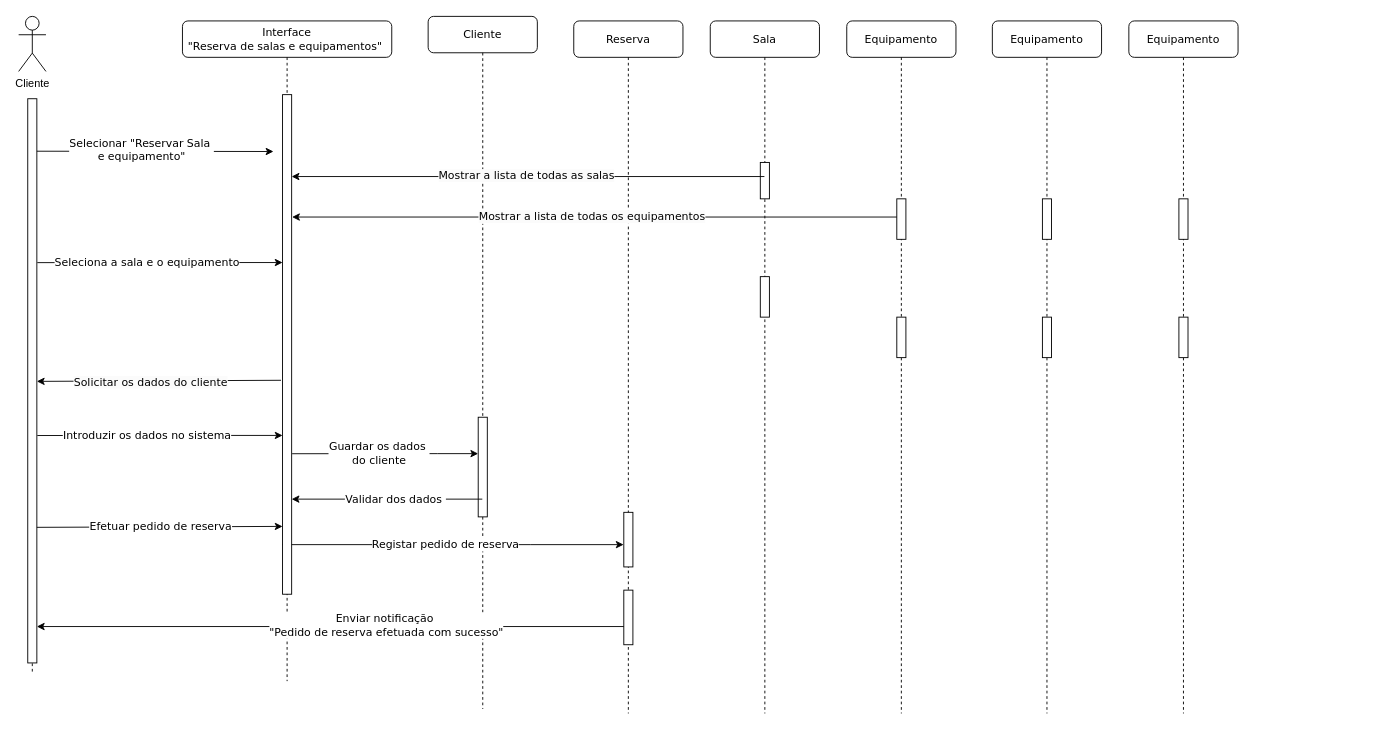
Before: page "Diagrama de Sequência" (2 of 2) of UMLDiagram.drawio in ic3K1ng/Rooms-Equipments, a draw.io diagram. Source tidied: cells renumbered, new cells numbered last; positions are measured from the earlier drawing's top-left corner, leaving out a move shared by most shapes. Both pictures are drawn from the tidied source at 91%, with x=0, y=0 at pixel (18, 16).
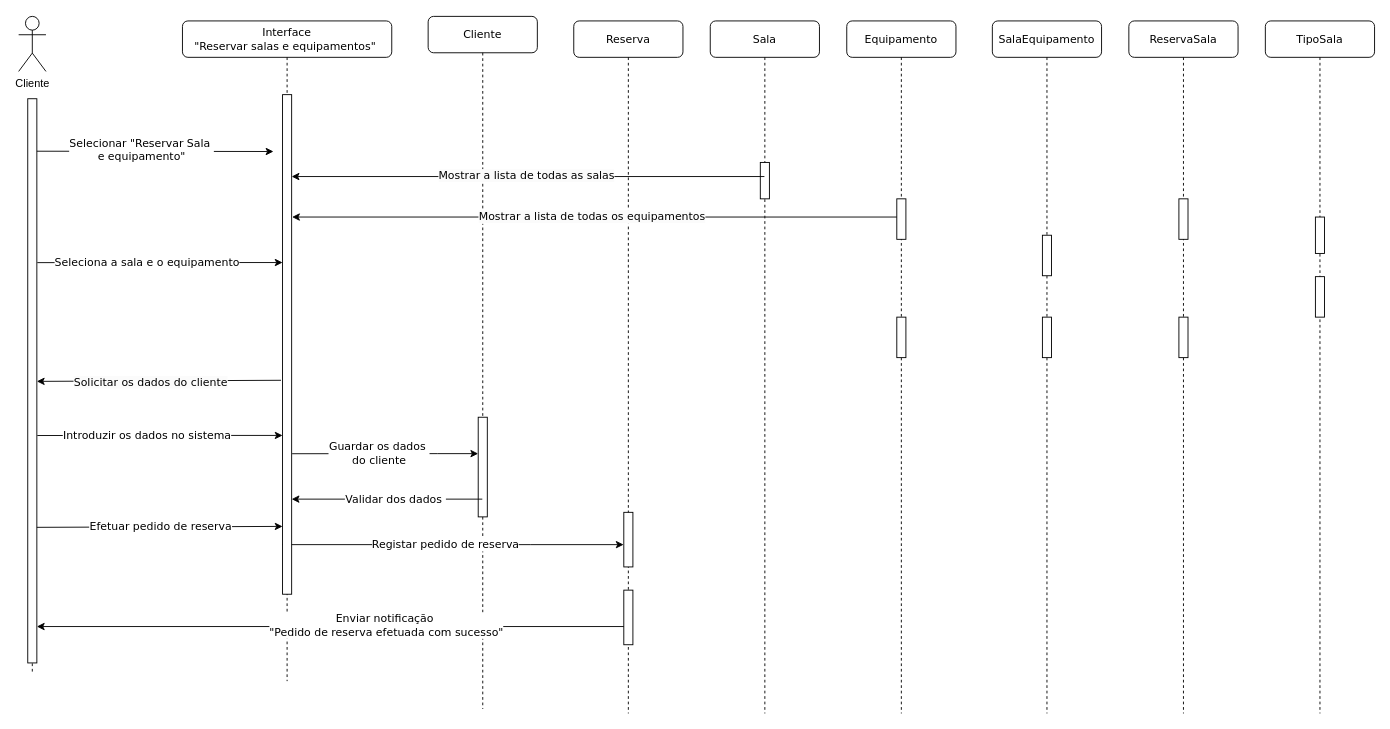
The same diagram, later.

Unchanged cells that the change refers to:
```xml
<mxCell id="28" value="Sala" style="shape=umlLifeline;perimeter=lifelinePerimeter;whiteSpace=wrap;html=1;rounded=1;shadow=0;comic=0;labelBackgroundColor=none;strokeWidth=1;fontFamily=Verdana;fontSize=12;align=center;" parent="1" vertex="1">
  <mxGeometry x="760" y="4.5" width="120" height="761" as="geometry" />
</mxCell>
```

The edit, as a diff of the source:
```diff
@@
-    <mxCell id="8" value="Interface&lt;div style=&quot;font-size: 12px;&quot;&gt;&quot;Reserva de salas e equipamentos&quot;&amp;nbsp;&lt;/div&gt;" style="shape=umlLifeline;perimeter=lifelinePerimeter;whiteSpace=wrap;html=1;rounded=1;shadow=0;comic=0;labelBackgroundColor=none;strokeWidth=1;fontFamily=Verdana;fontSize=12;align=center;" parent="1" vertex="1">
+    <mxCell id="8" value="Interface&lt;div style=&quot;font-size: 12px;&quot;&gt;&quot;Reservar salas e equipamentos&quot;&amp;nbsp;&lt;/div&gt;" style="shape=umlLifeline;perimeter=lifelinePerimeter;whiteSpace=wrap;html=1;rounded=1;shadow=0;comic=0;labelBackgroundColor=none;strokeWidth=1;fontFamily=Verdana;fontSize=12;align=center;" parent="1" vertex="1">
       <mxGeometry x="180" y="4.5" width="230" height="725.5" as="geometry" />
     </mxCell>
@@
-    <mxCell id="30" style="html=1;perimeter=orthogonalPerimeter;rounded=0;shadow=0;comic=0;labelBackgroundColor=none;strokeWidth=1;fontFamily=Verdana;fontSize=12;align=center;" parent="28" vertex="1">
-      <mxGeometry x="55" y="281" width="10" height="44.5" as="geometry" />
-    </mxCell>
@@
-    <mxCell id="41" value="Equipamento" style="shape=umlLifeline;perimeter=lifelinePerimeter;whiteSpace=wrap;html=1;rounded=1;shadow=0;comic=0;labelBackgroundColor=none;strokeWidth=1;fontFamily=Verdana;fontSize=12;align=center;" parent="1" vertex="1">
+    <mxCell id="41" value="SalaEquipamento" style="shape=umlLifeline;perimeter=lifelinePerimeter;whiteSpace=wrap;html=1;rounded=1;shadow=0;comic=0;labelBackgroundColor=none;strokeWidth=1;fontFamily=Verdana;fontSize=12;align=center;" parent="1" vertex="1">
       <mxGeometry x="1070" y="4.5" width="120" height="761" as="geometry" />
     </mxCell>
     <mxCell id="42" style="html=1;perimeter=orthogonalPerimeter;rounded=0;shadow=0;comic=0;labelBackgroundColor=none;strokeWidth=1;fontFamily=Verdana;fontSize=12;align=center;" parent="41" vertex="1">
-      <mxGeometry x="55" y="195.5" width="10" height="44.5" as="geometry" />
+      <mxGeometry x="55" y="235.5" width="10" height="44.5" as="geometry" />
     </mxCell>
@@
-    <mxCell id="44" value="Equipamento" style="shape=umlLifeline;perimeter=lifelinePerimeter;whiteSpace=wrap;html=1;rounded=1;shadow=0;comic=0;labelBackgroundColor=none;strokeWidth=1;fontFamily=Verdana;fontSize=12;align=center;" parent="1" vertex="1">
+    <mxCell id="44" value="ReservaSala" style="shape=umlLifeline;perimeter=lifelinePerimeter;whiteSpace=wrap;html=1;rounded=1;shadow=0;comic=0;labelBackgroundColor=none;strokeWidth=1;fontFamily=Verdana;fontSize=12;align=center;" parent="1" vertex="1">
       <mxGeometry x="1220" y="4.5" width="120" height="761" as="geometry" />
     </mxCell>
@@
+    <mxCell id="47" value="TipoSala" style="shape=umlLifeline;perimeter=lifelinePerimeter;whiteSpace=wrap;html=1;rounded=1;shadow=0;comic=0;labelBackgroundColor=none;strokeWidth=1;fontFamily=Verdana;fontSize=12;align=center;" parent="1" vertex="1">
+      <mxGeometry x="1370" y="4.5" width="120" height="761" as="geometry" />
+    </mxCell>
+    <mxCell id="48" style="html=1;perimeter=orthogonalPerimeter;rounded=0;shadow=0;comic=0;labelBackgroundColor=none;strokeWidth=1;fontFamily=Verdana;fontSize=12;align=center;" parent="47" vertex="1">
+      <mxGeometry x="55" y="215.5" width="10" height="40" as="geometry" />
+    </mxCell>
+    <mxCell id="30" style="html=1;perimeter=orthogonalPerimeter;rounded=0;shadow=0;comic=0;labelBackgroundColor=none;strokeWidth=1;fontFamily=Verdana;fontSize=12;align=center;" parent="47" vertex="1">
+      <mxGeometry x="55" y="281" width="10" height="44.5" as="geometry" />
+    </mxCell>
```
